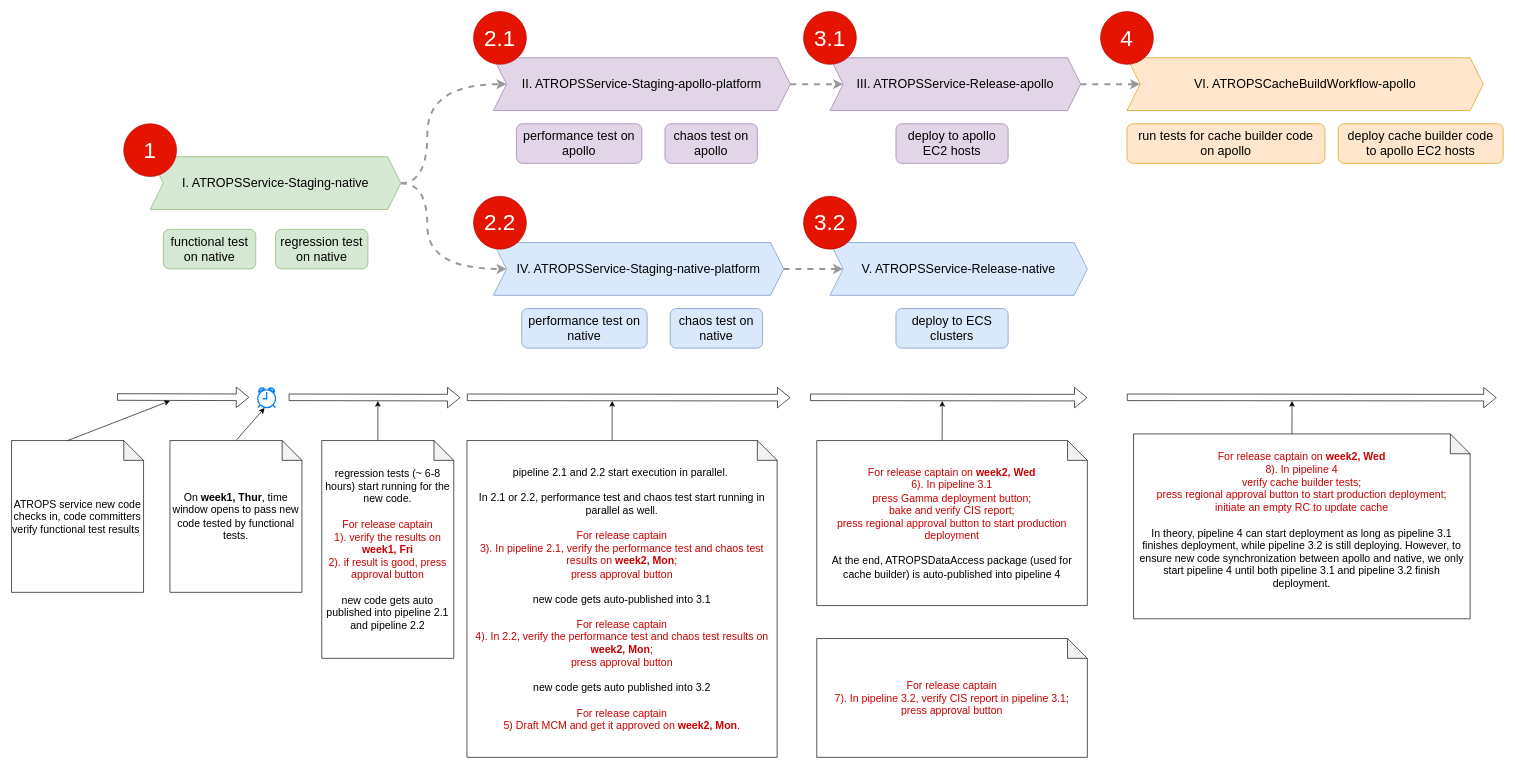
This is page "interim-release-SOP" (19 of 19) of NAWS_ready_two_pipelines.drawio from PQMeng/draw.io-source-files, a draw.io file, before an edit. Source tidied: cells renumbered, new cells numbered last; positions are measured from the earlier drawing's top-left corner, leaving out a move shared by most shapes. Both pictures are drawn from the tidied source at 66%, with x=0, y=0 at pixel (11, 11).
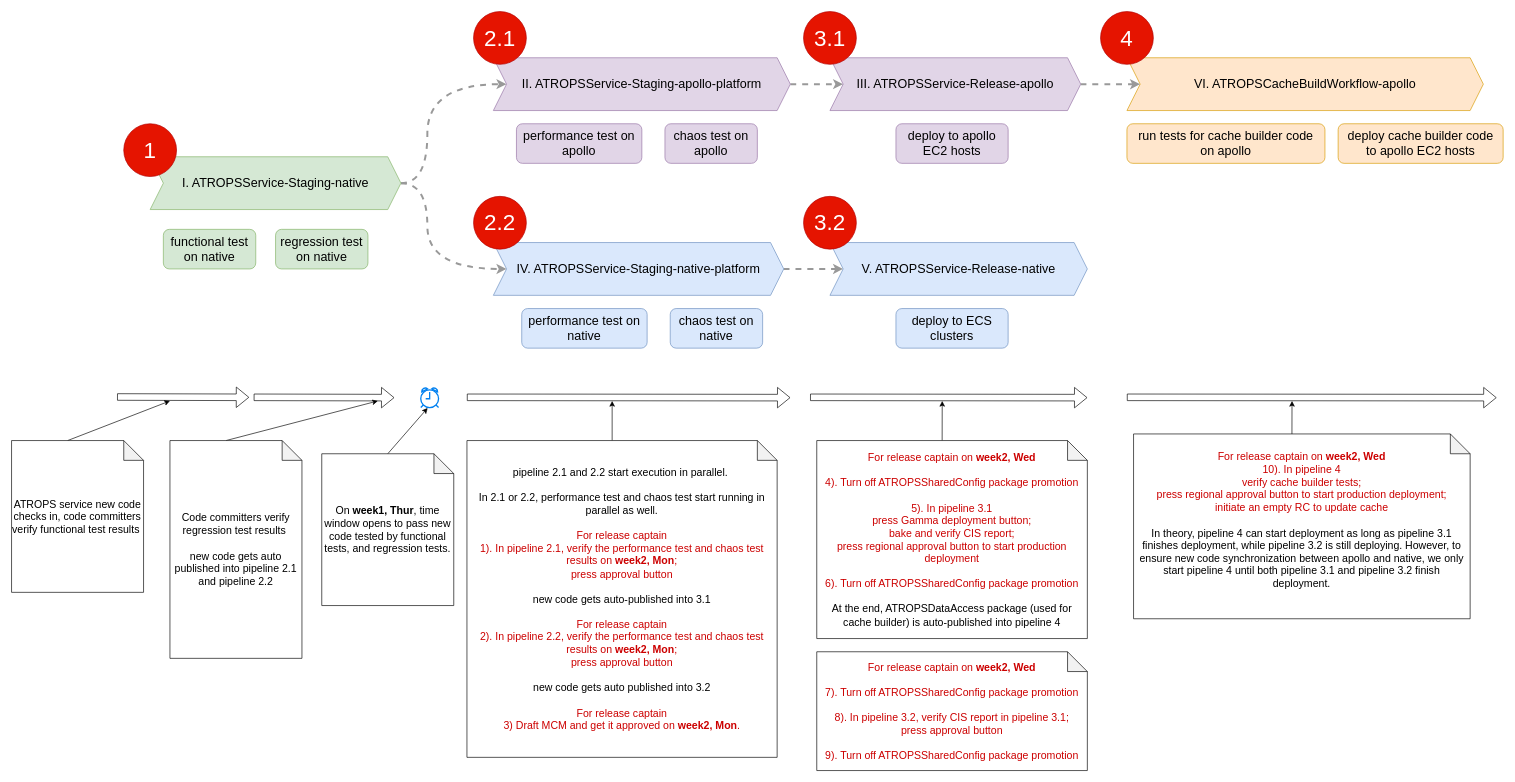
Above is the later version.

The edit, as a diff of the source:
```diff
@@
     <mxCell id="29" style="html=1;verticalLabelPosition=bottom;align=center;labelBackgroundColor=#ffffff;verticalAlign=top;strokeWidth=2;strokeColor=#0080F0;shadow=0;dashed=0;shape=mxgraph.ios7.icons.alarm_clock;" parent="1" vertex="1">
-      <mxGeometry x="373" y="570" width="27" height="30" as="geometry" />
+      <mxGeometry x="620" y="570" width="27" height="30" as="geometry" />
     </mxCell>
@@
-    <mxCell id="33" value="On &lt;b&gt;week1, Thur&lt;/b&gt;, time window opens to pass new code tested by functional tests." style="shape=note;whiteSpace=wrap;html=1;backgroundOutline=1;darkOpacity=0.05;fontSize=16;" parent="1" vertex="1">
-      <mxGeometry x="240" y="650" width="200" height="230" as="geometry" />
+    <mxCell id="33" value="On &lt;b&gt;week1, Thur&lt;/b&gt;, time window opens to pass new code tested by functional tests, and regression tests." style="shape=note;whiteSpace=wrap;html=1;backgroundOutline=1;darkOpacity=0.05;fontSize=16;" parent="1" vertex="1">
+      <mxGeometry x="470" y="670" width="200" height="230" as="geometry" />
     </mxCell>
@@
-    <mxCell id="36" value="regression tests (~ 6-8 hours) start running for the new code.&lt;br style=&quot;font-size: 16px&quot;&gt;&lt;br style=&quot;font-size: 16px&quot;&gt;&lt;font color=&quot;#cc0000&quot; style=&quot;font-size: 16px&quot;&gt;For release captain &lt;br style=&quot;font-size: 16px&quot;&gt;1). verify the results on &lt;b&gt;week1, Fri&lt;/b&gt;&lt;br style=&quot;font-size: 16px&quot;&gt;2). if result is good, press approval button&lt;/font&gt;&lt;br style=&quot;font-size: 16px&quot;&gt;&lt;br style=&quot;font-size: 16px&quot;&gt;new code gets auto published into pipeline 2.1 and pipeline 2.2" style="shape=note;whiteSpace=wrap;html=1;backgroundOutline=1;darkOpacity=0.05;fontSize=16;" parent="1" vertex="1">
-      <mxGeometry x="470" y="650" width="200" height="330" as="geometry" />
+    <mxCell id="36" value="Code committers verify regression test results&amp;nbsp;&lt;br style=&quot;font-size: 16px&quot;&gt;&lt;br style=&quot;font-size: 16px&quot;&gt;new code gets auto published into pipeline 2.1 and pipeline 2.2" style="shape=note;whiteSpace=wrap;html=1;backgroundOutline=1;darkOpacity=0.05;fontSize=16;" parent="1" vertex="1">
+      <mxGeometry x="240" y="650" width="200" height="330" as="geometry" />
     </mxCell>
@@
     <mxCell id="38" style="shape=flexArrow;endArrow=classic;html=1;rounded=0;" parent="1" edge="1">
       <mxGeometry relative="1" as="geometry">
-        <mxPoint x="420" y="584.5" as="sourcePoint" />
-        <mxPoint x="680" y="585" as="targetPoint" />
+        <mxPoint x="367" y="584.5" as="sourcePoint" />
+        <mxPoint x="580" y="585" as="targetPoint" />
       </mxGeometry>
     </mxCell>
@@
-    <mxCell id="40" value="pipeline 2.1 and 2.2 start execution in parallel.&amp;nbsp;&lt;br style=&quot;font-size: 16px&quot;&gt;&lt;br style=&quot;font-size: 16px&quot;&gt;In 2.1 or 2.2, performance test and chaos test start running in parallel as well.&lt;br style=&quot;font-size: 16px&quot;&gt;&amp;nbsp;&lt;br style=&quot;font-size: 16px&quot;&gt;&lt;font color=&quot;#cc0000&quot; style=&quot;font-size: 16px&quot;&gt;For release captain &lt;/font&gt;&lt;br style=&quot;font-size: 16px&quot;&gt;&lt;font color=&quot;#cc0000&quot; style=&quot;font-size: 16px&quot;&gt;3). In pipeline 2.1, verify the performance test and chaos test results on &lt;b&gt;week2, Mon&lt;/b&gt;;&lt;/font&gt;&lt;br style=&quot;font-size: 16px&quot;&gt;&lt;font color=&quot;#cc0000&quot; style=&quot;font-size: 16px&quot;&gt;press approval button&lt;/font&gt;&lt;br style=&quot;font-size: 16px&quot;&gt;&lt;br style=&quot;font-size: 16px&quot;&gt;new code gets auto-published into 3.1&lt;br style=&quot;font-size: 16px&quot;&gt;&lt;br style=&quot;font-size: 16px&quot;&gt;&lt;font color=&quot;#cc0000&quot; style=&quot;font-size: 16px&quot;&gt;For release captain&lt;/font&gt;&lt;br style=&quot;font-size: 16px&quot;&gt;&lt;font color=&quot;#cc0000&quot; style=&quot;font-size: 16px&quot;&gt;4). In 2.2,&amp;nbsp;&lt;/font&gt;&lt;span style=&quot;color: rgb(204 , 0 , 0) ; font-size: 16px&quot;&gt;verify the performance test and chaos test results on &lt;b&gt;week2, Mon&lt;/b&gt;;&lt;br style=&quot;font-size: 16px&quot;&gt;press approval button&lt;br style=&quot;font-size: 16px&quot;&gt;&lt;/span&gt;&lt;br style=&quot;font-size: 16px&quot;&gt;new code gets auto published into 3.2&lt;br style=&quot;font-size: 16px&quot;&gt;&lt;br style=&quot;font-size: 16px&quot;&gt;&lt;font color=&quot;#cc0000&quot; style=&quot;font-size: 16px&quot;&gt;For release captain&lt;br style=&quot;font-size: 16px&quot;&gt;5) Draft MCM and get it approved on &lt;b&gt;week2, Mon&lt;/b&gt;.&lt;/font&gt;" style="shape=note;whiteSpace=wrap;html=1;backgroundOutline=1;darkOpacity=0.05;fontSize=16;" parent="1" vertex="1">
+    <mxCell id="40" value="pipeline 2.1 and 2.2 start execution in parallel.&amp;nbsp;&lt;br style=&quot;font-size: 16px&quot;&gt;&lt;br style=&quot;font-size: 16px&quot;&gt;In 2.1 or 2.2, performance test and chaos test start running in parallel as well.&lt;br style=&quot;font-size: 16px&quot;&gt;&amp;nbsp;&lt;br style=&quot;font-size: 16px&quot;&gt;&lt;font color=&quot;#cc0000&quot; style=&quot;font-size: 16px&quot;&gt;For release captain &lt;/font&gt;&lt;br style=&quot;font-size: 16px&quot;&gt;&lt;font color=&quot;#cc0000&quot; style=&quot;font-size: 16px&quot;&gt;1). In pipeline 2.1, verify the performance test and chaos test results on &lt;b&gt;week2, Mon&lt;/b&gt;;&lt;/font&gt;&lt;br style=&quot;font-size: 16px&quot;&gt;&lt;font color=&quot;#cc0000&quot; style=&quot;font-size: 16px&quot;&gt;press approval button&lt;/font&gt;&lt;br style=&quot;font-size: 16px&quot;&gt;&lt;br style=&quot;font-size: 16px&quot;&gt;new code gets auto-published into 3.1&lt;br style=&quot;font-size: 16px&quot;&gt;&lt;br style=&quot;font-size: 16px&quot;&gt;&lt;font color=&quot;#cc0000&quot; style=&quot;font-size: 16px&quot;&gt;For release captain&lt;/font&gt;&lt;br style=&quot;font-size: 16px&quot;&gt;&lt;font color=&quot;#cc0000&quot; style=&quot;font-size: 16px&quot;&gt;2). In pipeline 2.2,&amp;nbsp;&lt;/font&gt;&lt;span style=&quot;color: rgb(204 , 0 , 0) ; font-size: 16px&quot;&gt;verify the performance test and chaos test results on &lt;b&gt;week2, Mon&lt;/b&gt;;&lt;br style=&quot;font-size: 16px&quot;&gt;press approval button&lt;br style=&quot;font-size: 16px&quot;&gt;&lt;/span&gt;&lt;br style=&quot;font-size: 16px&quot;&gt;new code gets auto published into 3.2&lt;br style=&quot;font-size: 16px&quot;&gt;&lt;br style=&quot;font-size: 16px&quot;&gt;&lt;font color=&quot;#cc0000&quot; style=&quot;font-size: 16px&quot;&gt;For release captain&lt;br style=&quot;font-size: 16px&quot;&gt;3) Draft MCM and get it approved on &lt;b&gt;week2, Mon&lt;/b&gt;.&lt;/font&gt;" style="shape=note;whiteSpace=wrap;html=1;backgroundOutline=1;darkOpacity=0.05;fontSize=16;" parent="1" vertex="1">
       <mxGeometry x="690" y="650" width="470" height="480" as="geometry" />
     </mxCell>
@@
-    <mxCell id="43" value="&lt;font color=&quot;#cc0000&quot; style=&quot;font-size: 16px&quot;&gt;For release captain on &lt;b&gt;week2, Wed&lt;/b&gt;&lt;/font&gt;&lt;br style=&quot;font-size: 16px&quot;&gt;&lt;font color=&quot;#cc0000&quot; style=&quot;font-size: 16px&quot;&gt;6). In pipeline 3.1&lt;/font&gt;&lt;br style=&quot;font-size: 16px&quot;&gt;&lt;font color=&quot;#cc0000&quot; style=&quot;font-size: 16px&quot;&gt;press Gamma deployment button;&lt;/font&gt;&lt;br style=&quot;font-size: 16px&quot;&gt;&lt;font color=&quot;#cc0000&quot; style=&quot;font-size: 16px&quot;&gt;bake and verify CIS report;&lt;/font&gt;&lt;br style=&quot;font-size: 16px&quot;&gt;&lt;font color=&quot;#cc0000&quot; style=&quot;font-size: 16px&quot;&gt;press regional approval button to start production deployment&lt;/font&gt;&lt;br style=&quot;font-size: 16px&quot;&gt;&lt;br style=&quot;font-size: 16px&quot;&gt;At the end, ATROPSDataAccess package (used for cache builder) is auto-published into pipeline 4" style="shape=note;whiteSpace=wrap;html=1;backgroundOutline=1;darkOpacity=0.05;fontSize=16;" parent="1" vertex="1">
-      <mxGeometry x="1220" y="650" width="410" height="250" as="geometry" />
+    <mxCell id="43" value="&lt;font color=&quot;#cc0000&quot; style=&quot;font-size: 16px&quot;&gt;For release captain on &lt;b&gt;week2, Wed&lt;br&gt;&lt;/b&gt;&lt;/font&gt;&lt;br&gt;&lt;font color=&quot;#cc0000&quot;&gt;4). Turn off ATROPSSharedConfig package promotion&lt;br style=&quot;font-size: 16px&quot;&gt;&lt;font style=&quot;font-size: 16px&quot;&gt;&lt;br&gt;5). In pipeline 3.1&lt;/font&gt;&lt;br style=&quot;font-size: 16px&quot;&gt;&lt;font style=&quot;font-size: 16px&quot;&gt;press Gamma deployment button;&lt;/font&gt;&lt;br style=&quot;font-size: 16px&quot;&gt;&lt;font style=&quot;font-size: 16px&quot;&gt;bake and verify CIS report;&lt;/font&gt;&lt;br style=&quot;font-size: 16px&quot;&gt;&lt;font style=&quot;font-size: 16px&quot;&gt;press regional approval button to start production deployment&lt;br&gt;&lt;/font&gt;&lt;br&gt;6). Turn off ATROPSSharedConfig package promotion&lt;/font&gt;&lt;br&gt;&lt;br style=&quot;font-size: 16px&quot;&gt;At the end, ATROPSDataAccess package (used for cache builder) is auto-published into pipeline 4" style="shape=note;whiteSpace=wrap;html=1;backgroundOutline=1;darkOpacity=0.05;fontSize=16;" parent="1" vertex="1">
+      <mxGeometry x="1220" y="650" width="410" height="300" as="geometry" />
     </mxCell>
-    <mxCell id="44" value="&lt;font color=&quot;#cc0000&quot; style=&quot;font-size: 16px&quot;&gt;For release captain&lt;/font&gt;&lt;br style=&quot;font-size: 16px&quot;&gt;&lt;font color=&quot;#cc0000&quot; style=&quot;font-size: 16px&quot;&gt;7). In pipeline 3.2, verify CIS report in pipeline 3.1;&lt;br style=&quot;font-size: 16px&quot;&gt;press approval button&lt;/font&gt;" style="shape=note;whiteSpace=wrap;html=1;backgroundOutline=1;darkOpacity=0.05;fontSize=16;" parent="1" vertex="1">
-      <mxGeometry x="1220" y="950" width="410" height="180" as="geometry" />
+    <mxCell id="44" value="&lt;font color=&quot;#cc0000&quot; style=&quot;font-size: 16px&quot;&gt;For release captain on&amp;nbsp;&lt;/font&gt;&lt;b style=&quot;color: rgb(204 , 0 , 0)&quot;&gt;week2, Wed&lt;br&gt;&lt;/b&gt;&lt;br&gt;&lt;span style=&quot;color: rgb(204 , 0 , 0)&quot;&gt;7). Turn off ATROPSSharedConfig package promotion&lt;/span&gt;&lt;br style=&quot;color: rgb(204 , 0 , 0)&quot;&gt;&lt;font color=&quot;#cc0000&quot; style=&quot;font-size: 16px&quot;&gt;&lt;br&gt;8). In pipeline 3.2, verify CIS report in pipeline 3.1;&lt;br style=&quot;font-size: 16px&quot;&gt;press approval button&lt;br&gt;&lt;br&gt;&lt;/font&gt;&lt;font color=&quot;#cc0000&quot;&gt;9). Turn off ATROPSSharedConfig package promotion&lt;/font&gt;" style="shape=note;whiteSpace=wrap;html=1;backgroundOutline=1;darkOpacity=0.05;fontSize=16;" parent="1" vertex="1">
+      <mxGeometry x="1220" y="970" width="410" height="180" as="geometry" />
     </mxCell>
@@
-    <mxCell id="47" value="&lt;font color=&quot;#cc0000&quot; style=&quot;font-size: 16px&quot;&gt;For release captain on &lt;b&gt;week2, Wed&lt;/b&gt;&lt;/font&gt;&lt;br style=&quot;font-size: 16px&quot;&gt;&lt;font color=&quot;#cc0000&quot; style=&quot;font-size: 16px&quot;&gt;8). In pipeline 4&lt;/font&gt;&lt;br style=&quot;font-size: 16px&quot;&gt;&lt;font color=&quot;#cc0000&quot; style=&quot;font-size: 16px&quot;&gt;verify cache builder tests;&lt;/font&gt;&lt;br style=&quot;font-size: 16px&quot;&gt;&lt;font color=&quot;#cc0000&quot; style=&quot;font-size: 16px&quot;&gt;press regional approval button to start production deployment;&lt;br&gt;&lt;/font&gt;&lt;font color=&quot;#cc0000&quot;&gt;initiate an empty RC to update cache&lt;/font&gt;&lt;br style=&quot;font-size: 16px&quot;&gt;&lt;br style=&quot;font-size: 16px&quot;&gt;In theory, pipeline 4 can start deployment as long as pipeline 3.1 finishes deployment, while pipeline 3.2 is still deploying. However, to ensure new code &lt;span style=&quot;font-size: 16px&quot;&gt;synchronization between apollo and native, we only start pipeline 4 until both pipeline 3.1 and pipeline 3.2 finish deployment.&lt;/span&gt;&lt;br style=&quot;font-size: 16px&quot;&gt;&lt;font color=&quot;#cc0000&quot; style=&quot;font-size: 16px&quot;&gt;&amp;nbsp;&lt;/font&gt;" style="shape=note;whiteSpace=wrap;html=1;backgroundOutline=1;darkOpacity=0.05;fontSize=16;" parent="1" vertex="1">
+    <mxCell id="47" value="&lt;font color=&quot;#cc0000&quot; style=&quot;font-size: 16px&quot;&gt;For release captain on &lt;b&gt;week2, Wed&lt;/b&gt;&lt;/font&gt;&lt;br style=&quot;font-size: 16px&quot;&gt;&lt;font color=&quot;#cc0000&quot; style=&quot;font-size: 16px&quot;&gt;10). In pipeline 4&lt;/font&gt;&lt;br style=&quot;font-size: 16px&quot;&gt;&lt;font color=&quot;#cc0000&quot; style=&quot;font-size: 16px&quot;&gt;verify cache builder tests;&lt;/font&gt;&lt;br style=&quot;font-size: 16px&quot;&gt;&lt;font color=&quot;#cc0000&quot; style=&quot;font-size: 16px&quot;&gt;press regional approval button to start production deployment;&lt;br&gt;&lt;/font&gt;&lt;font color=&quot;#cc0000&quot;&gt;initiate an empty RC to update cache&lt;/font&gt;&lt;br style=&quot;font-size: 16px&quot;&gt;&lt;br style=&quot;font-size: 16px&quot;&gt;In theory, pipeline 4 can start deployment as long as pipeline 3.1 finishes deployment, while pipeline 3.2 is still deploying. However, to ensure new code &lt;span style=&quot;font-size: 16px&quot;&gt;synchronization between apollo and native, we only start pipeline 4 until both pipeline 3.1 and pipeline 3.2 finish deployment.&lt;/span&gt;&lt;br style=&quot;font-size: 16px&quot;&gt;&lt;font color=&quot;#cc0000&quot; style=&quot;font-size: 16px&quot;&gt;&amp;nbsp;&lt;/font&gt;" style="shape=note;whiteSpace=wrap;html=1;backgroundOutline=1;darkOpacity=0.05;fontSize=16;" parent="1" vertex="1">
       <mxGeometry x="1700" y="640" width="510" height="280" as="geometry" />
     </mxCell>
```
